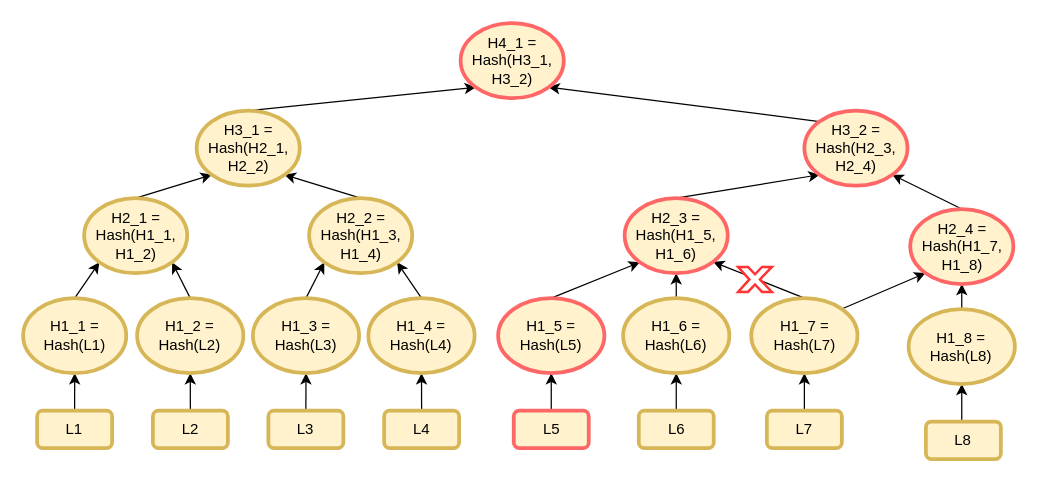
This is page "Create" (1 of 3) of pictures/diagrams/MerkleTreeIncremental.drawio from Badcat330/HashBaseStructs, a draw.io file, before an edit. Source tidied: cells renumbered, new cells numbered last; positions are measured from the earlier drawing's top-left corner, leaving out a move shared by most shapes. Both pictures are drawn from the tidied source at 125%, with x=0, y=0 at pixel (22, 22).
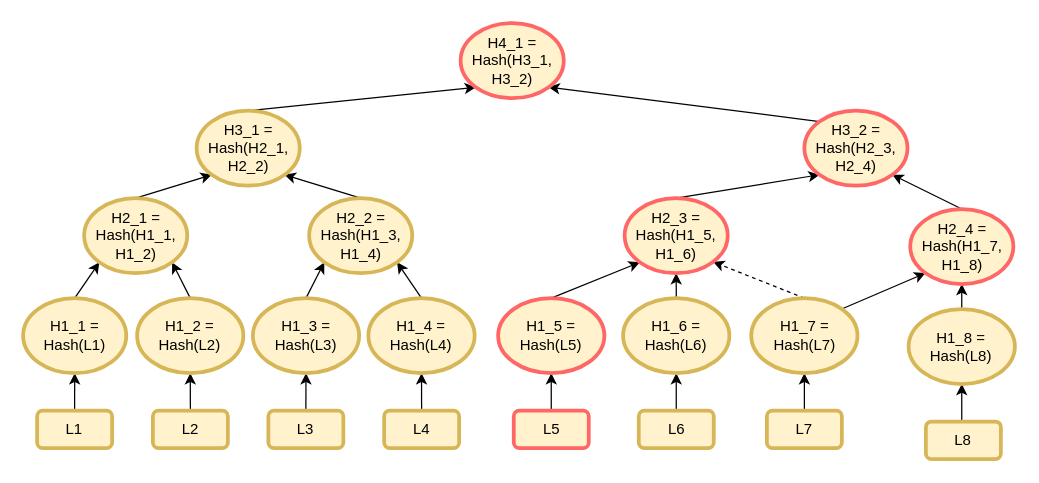
Above is the later version.

The change refers to these unchanged cells:
```xml
<mxCell id="32" value="&lt;font style=&quot;font-size: 12px&quot;&gt;H1_7 =&lt;br&gt;Hash(L7)&lt;/font&gt;" style="ellipse;whiteSpace=wrap;html=1;strokeColor=#d6b656;strokeWidth=3;fillColor=#fff2cc;" parent="1" vertex="1">
  <mxGeometry x="582.5" y="220" width="85" height="60" as="geometry" />
</mxCell>
```

The edit, as a diff of the source:
```diff
@@
-    <mxCell id="30" style="edgeStyle=none;rounded=0;jettySize=auto;html=1;exitX=0.5;exitY=0;exitDx=0;exitDy=0;" parent="1" edge="1" source="32">
+    <mxCell id="30" style="edgeStyle=none;rounded=0;jettySize=auto;html=1;exitX=0.5;exitY=0;exitDx=0;exitDy=0;dashed=1;" parent="1" edge="1" source="32">
       <mxGeometry relative="1" as="geometry">
         <mxPoint x="552" y="191" as="targetPoint" />
       </mxGeometry>
     </mxCell>
@@
-    <mxCell id="48" style="verticalLabelPosition=bottom;verticalAlign=top;html=1;shape=mxgraph.basic.x;strokeColor=#FF3333;strokeWidth=2;" parent="1" vertex="1">
-      <mxGeometry x="572" y="195" width="27" height="20" as="geometry" />
-    </mxCell>
```
